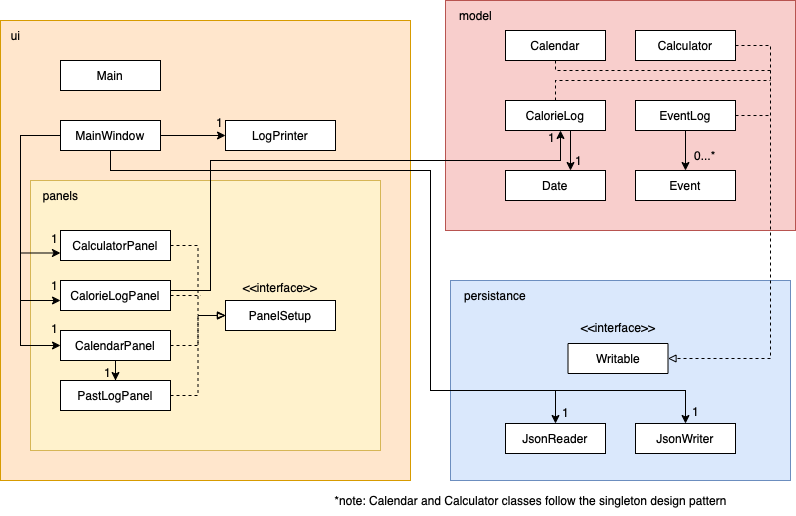
Before: uml-diagram.png, a diagram exported from draw.io (jansm04/calotrack-project). Source tidied: cells renumbered, new cells last; positions are measured from the earlier drawing's top-left corner, leaving out a move shared by most shapes.
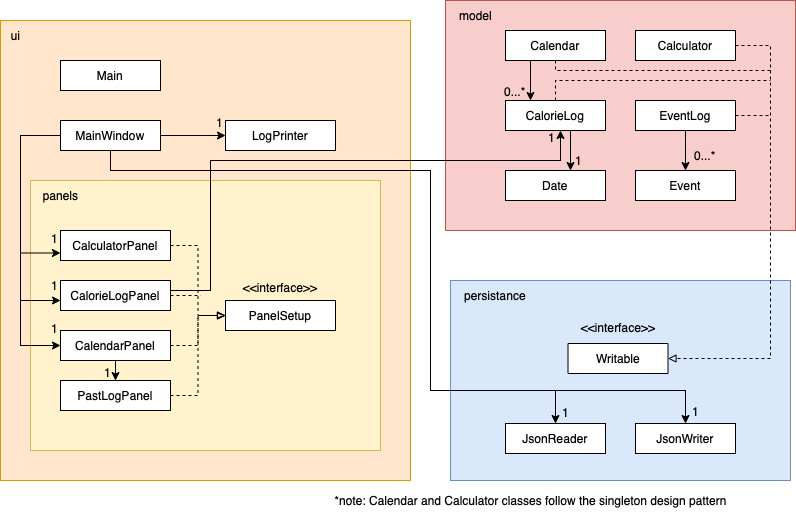
The same diagram one commit later.

Commit message:
Revised UML Class Diagram

Change to the diagram source:
```diff
@@ -67,6 +67,9 @@
         </Array>
       </mxGeometry>
     </mxCell>
+    <mxCell id="58" style="edgeStyle=orthogonalEdgeStyle;rounded=0;jettySize=auto;html=1;exitX=0.25;exitY=1;exitDx=0;exitDy=0;entryX=0.25;entryY=0;entryDx=0;entryDy=0;" parent="1" edge="1" source="14" target="19">
+      <mxGeometry relative="1" as="geometry" />
+    </mxCell>
     <mxCell id="14" value="Calendar" style="rounded=0;whiteSpace=wrap;html=1;" parent="1" vertex="1">
       <mxGeometry x="505" y="30" width="100" height="30" as="geometry" />
     </mxCell>
@@ -228,5 +231,8 @@
     <mxCell id="57" value="*note: Calendar and Calculator classes follow the singleton design pattern" style="text;html=1;align=center;verticalAlign=middle;strokeColor=none;fillColor=none;" parent="1" vertex="1">
       <mxGeometry x="320" y="485" width="420" height="30" as="geometry" />
     </mxCell>
+    <mxCell id="59" value="0...*" style="text;html=1;strokeColor=none;fillColor=none;align=center;verticalAlign=middle;whiteSpace=wrap;rounded=0;" parent="1" vertex="1">
+      <mxGeometry x="485" y="76" width="60" height="30" as="geometry" />
+    </mxCell>
   </root>
 </mxGraphModel>
```
